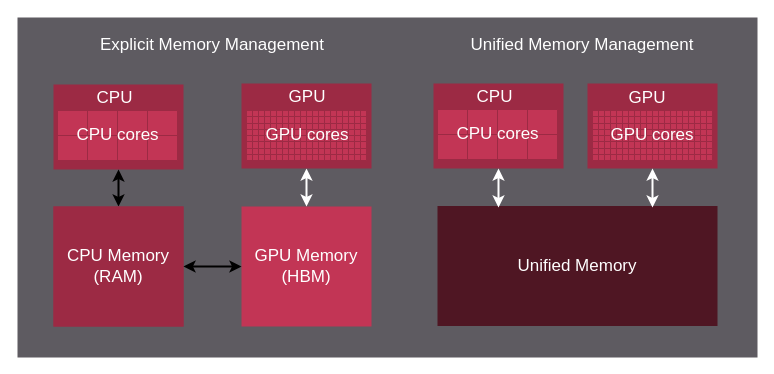
This is projects/hip/docs/data/how-to/hip_runtime_api/memory_management/unified_memory/um.drawio from ROCm/rocm-systems, a draw.io file, before an edit. Source tidied: cells renumbered, new cells numbered last; positions are measured from the earlier drawing's top-left corner, leaving out a move shared by most shapes. Both pictures are drawn from the tidied source at 100%, with x=0, y=0 at pixel (17, 17).
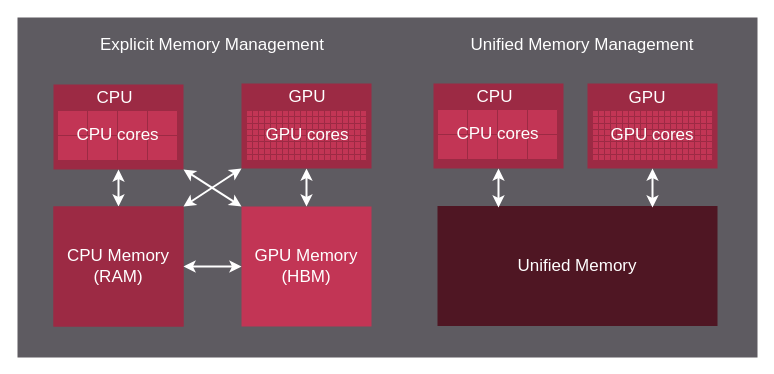
After the change.

Unchanged cells that the change refers to:
```xml
<mxCell id="6" style="rounded=0;whiteSpace=wrap;html=1;strokeColor=none;fillColor=#9C2A44;" parent="4" vertex="1">
  <mxGeometry x="6" y="7" width="130" height="85" as="geometry" />
</mxCell>
<mxCell id="23" value="&lt;div&gt;GPU Memory&lt;br&gt;(HBM)&lt;/div&gt;" style="text;html=1;strokeColor=none;fillColor=none;align=center;verticalAlign=middle;whiteSpace=wrap;rounded=0;fontSize=17;fontColor=#FFFFFF;" parent="21" vertex="1">
  <mxGeometry width="130" height="120" as="geometry" />
</mxCell>
<mxCell id="29" style="rounded=0;whiteSpace=wrap;html=1;fillColor=#9C2A44;fontColor=#FFFFFF;strokeColor=none;" parent="28" vertex="1">
  <mxGeometry width="130" height="120" as="geometry" />
</mxCell>
<mxCell id="30" value="CPU Memory (RAM)" style="text;html=1;strokeColor=none;fillColor=none;align=center;verticalAlign=middle;whiteSpace=wrap;rounded=0;fontSize=17;fontColor=#FFFFFF;" parent="28" vertex="1">
  <mxGeometry width="130" height="120" as="geometry" />
</mxCell>
<mxCell id="32" style="rounded=0;whiteSpace=wrap;html=1;strokeColor=none;fillColor=#9C2A44;" parent="1" vertex="1">
  <mxGeometry x="224" y="66" width="130" height="85" as="geometry" />
</mxCell>
```

Diff of the diagram source:
```diff
@@
-    <mxCell id="20" style="endArrow=classic;startArrow=classic;html=1;rounded=0;exitX=0.5;exitY=1;exitDx=0;exitDy=0;strokeWidth=2;fontColor=#FFFFFF;" parent="1" edge="1" source="6" target="30">
+    <mxCell id="20" style="endArrow=classic;startArrow=classic;html=1;rounded=0;exitX=0.5;exitY=1;exitDx=0;exitDy=0;strokeWidth=2;fontColor=#FFFFFF;strokeColor=#FFFFFF;" parent="1" edge="1" source="6" target="30">
       <mxGeometry relative="1" as="geometry" />
     </mxCell>
@@
-    <mxCell id="203" style="endArrow=classic;startArrow=classic;html=1;rounded=0;entryX=1;entryY=0.5;entryDx=0;entryDy=0;strokeWidth=2;exitX=0;exitY=0.5;exitDx=0;exitDy=0;fontColor=#FFFFFF;" parent="1" edge="1" source="23" target="29">
+    <mxCell id="203" style="endArrow=classic;startArrow=classic;html=1;rounded=0;entryX=1;entryY=0.5;entryDx=0;entryDy=0;strokeWidth=2;exitX=0;exitY=0.5;exitDx=0;exitDy=0;fontColor=#FFFFFF;strokeColor=#FFFFFF;" parent="1" edge="1" source="23" target="29">
       <mxGeometry relative="1" as="geometry" />
     </mxCell>
@@
+    <mxCell id="395" style="endArrow=classic;startArrow=classic;html=1;rounded=0;entryX=1;entryY=0;entryDx=0;entryDy=0;strokeWidth=2;exitX=0;exitY=1;exitDx=0;exitDy=0;fontColor=#FFFFFF;strokeColor=#FFFFFF;" parent="1" edge="1" source="32" target="30">
+      <mxGeometry relative="1" as="geometry" />
+    </mxCell>
+    <mxCell id="396" style="endArrow=classic;startArrow=classic;html=1;rounded=0;entryX=0;entryY=0;entryDx=0;entryDy=0;strokeWidth=2;exitX=1;exitY=1;exitDx=0;exitDy=0;fontColor=#FFFFFF;strokeColor=#FFFFFF;" parent="1" edge="1" source="6" target="23">
+      <mxGeometry relative="1" as="geometry" />
+    </mxCell>
```
